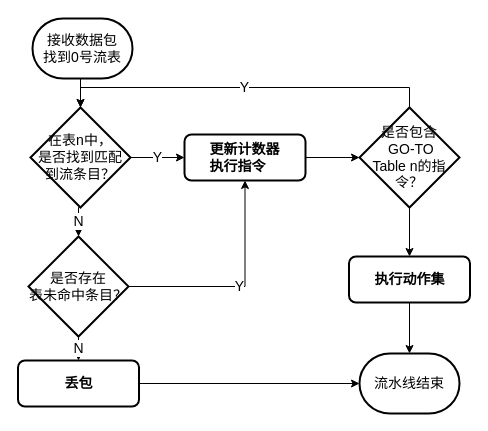
waterwatermelon/graph keeps this draw.io diagram as page "matching" (3 of 3) of SDN.drawio. Above is the earlier version. Source tidied: cells renumbered, new cells numbered last; positions are measured from the earlier drawing's top-left corner, leaving out a move shared by most shapes. Both pictures are drawn from the tidied source at 100%, with x=0, y=0 at pixel (17, 18).
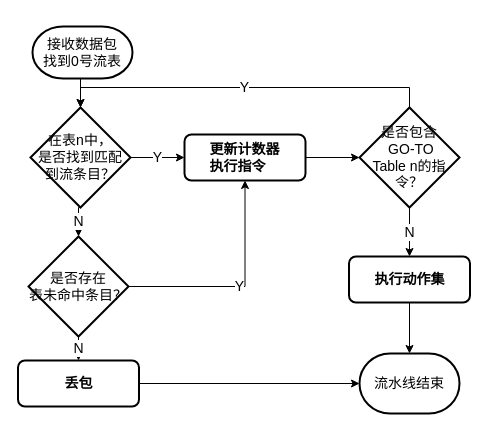
After the change.

Change to the diagram source:
```diff
@@
 <mxGraphModel>
   <root>
     <mxCell id="0" />
     <mxCell id="1" parent="0" />
     <mxCell id="2" value="Y" style="edgeStyle=orthogonalEdgeStyle;rounded=0;jettySize=auto;html=1;exitX=1;exitY=0.5;exitDx=0;exitDy=0;exitPerimeter=0;entryX=0;entryY=0.5;entryDx=0;entryDy=0;fontSize=14;" parent="1" edge="1" source="4" target="8">
       <mxGeometry relative="1" as="geometry" />
     </mxCell>
     <mxCell id="3" value="N" style="edgeStyle=orthogonalEdgeStyle;rounded=0;jettySize=auto;html=1;exitX=0.5;exitY=1;exitDx=0;exitDy=0;exitPerimeter=0;entryX=0.5;entryY=0;entryDx=0;entryDy=0;entryPerimeter=0;fontSize=14;" parent="1" edge="1" source="4" target="16">
       <mxGeometry relative="1" as="geometry" />
     </mxCell>
     <mxCell id="4" value="在表n中，&lt;br style=&quot;font-size: 14px;&quot;&gt;是否找到匹配&lt;br style=&quot;font-size: 14px;&quot;&gt;到流条目？" style="strokeWidth=2;html=1;shape=mxgraph.flowchart.decision;whiteSpace=wrap;fontSize=14;" parent="1" vertex="1">
       <mxGeometry x="13" y="89" width="100" height="100" as="geometry" />
     </mxCell>
     <mxCell id="5" style="edgeStyle=orthogonalEdgeStyle;rounded=0;jettySize=auto;html=1;exitX=0.5;exitY=1;exitDx=0;exitDy=0;exitPerimeter=0;entryX=0.5;entryY=0;entryDx=0;entryDy=0;entryPerimeter=0;fontSize=14;" parent="1" edge="1" source="6" target="4">
       <mxGeometry relative="1" as="geometry" />
     </mxCell>
     <mxCell id="6" value="接收数据包&lt;br style=&quot;font-size: 14px;&quot;&gt;找到0号流表" style="strokeWidth=2;html=1;shape=mxgraph.flowchart.terminator;whiteSpace=wrap;fontSize=14;" parent="1" vertex="1">
-      <mxGeometry x="15" width="100" height="60" as="geometry" />
+      <mxGeometry x="15" y="8" width="100" height="52" as="geometry" />
     </mxCell>
     <mxCell id="7" style="edgeStyle=orthogonalEdgeStyle;rounded=0;jettySize=auto;html=1;exitX=1;exitY=0.5;exitDx=0;exitDy=0;entryX=0;entryY=0.5;entryDx=0;entryDy=0;entryPerimeter=0;fontSize=14;" parent="1" edge="1" source="8" target="11">
       <mxGeometry relative="1" as="geometry" />
     </mxCell>
     <mxCell id="8" value="&lt;div style=&quot;text-align: left; font-size: 14px;&quot;&gt;&lt;div style=&quot;font-size: 14px;&quot;&gt;&lt;b style=&quot;font-size: 14px;&quot;&gt;更新计数器&lt;/b&gt;&lt;/div&gt;&lt;b style=&quot;font-size: 14px;&quot;&gt;执行指令&lt;/b&gt;&lt;/div&gt;" style="rounded=1;whiteSpace=wrap;html=1;absoluteArcSize=1;arcSize=14;strokeWidth=2;fontSize=14;" parent="1" vertex="1">
       <mxGeometry x="167" y="116" width="121" height="46" as="geometry" />
     </mxCell>
     <mxCell id="9" value="Y" style="edgeStyle=orthogonalEdgeStyle;rounded=0;jettySize=auto;html=1;exitX=0.5;exitY=0;exitDx=0;exitDy=0;exitPerimeter=0;entryX=0.5;entryY=0;entryDx=0;entryDy=0;entryPerimeter=0;fontSize=14;" parent="1" edge="1" source="11" target="4">
       <mxGeometry relative="1" as="geometry" />
     </mxCell>
-    <mxCell id="10" style="edgeStyle=orthogonalEdgeStyle;rounded=0;jettySize=auto;html=1;exitX=0.5;exitY=1;exitDx=0;exitDy=0;exitPerimeter=0;entryX=0.5;entryY=0;entryDx=0;entryDy=0;fontSize=14;" parent="1" edge="1" source="11" target="13">
+    <mxCell id="10" value="N" style="edgeStyle=orthogonalEdgeStyle;rounded=0;jettySize=auto;html=1;exitX=0.5;exitY=1;exitDx=0;exitDy=0;exitPerimeter=0;entryX=0.5;entryY=0;entryDx=0;entryDy=0;fontSize=14;" parent="1" edge="1" source="11" target="13">
       <mxGeometry relative="1" as="geometry" />
     </mxCell>
     <mxCell id="11" value="是否包含&lt;br&gt;&amp;nbsp;GO-TO&lt;br style=&quot;font-size: 14px&quot;&gt;Table n的指令？" style="strokeWidth=2;html=1;shape=mxgraph.flowchart.decision;whiteSpace=wrap;fontSize=14;" parent="1" vertex="1">
       <mxGeometry x="342" y="89" width="100" height="100" as="geometry" />
     </mxCell>
     <mxCell id="12" style="edgeStyle=orthogonalEdgeStyle;rounded=0;jettySize=auto;html=1;exitX=0.5;exitY=1;exitDx=0;exitDy=0;entryX=0.5;entryY=0;entryDx=0;entryDy=0;entryPerimeter=0;fontSize=14;" parent="1" edge="1" source="13" target="19">
       <mxGeometry relative="1" as="geometry" />
     </mxCell>
     <mxCell id="13" value="&lt;div style=&quot;text-align: left; font-size: 14px;&quot;&gt;&lt;div style=&quot;font-size: 14px;&quot;&gt;&lt;b style=&quot;font-size: 14px;&quot;&gt;执行动作集&lt;/b&gt;&lt;br style=&quot;font-size: 14px;&quot;&gt;&lt;/div&gt;&lt;/div&gt;" style="rounded=1;whiteSpace=wrap;html=1;absoluteArcSize=1;arcSize=14;strokeWidth=2;fontSize=14;" parent="1" vertex="1">
       <mxGeometry x="331.5" y="238" width="121" height="46" as="geometry" />
     </mxCell>
     <mxCell id="14" value="Y" style="edgeStyle=orthogonalEdgeStyle;rounded=0;jettySize=auto;html=1;exitX=1;exitY=0.5;exitDx=0;exitDy=0;exitPerimeter=0;entryX=0.5;entryY=1;entryDx=0;entryDy=0;fontSize=14;" parent="1" edge="1" source="16" target="8">
       <mxGeometry relative="1" as="geometry" />
     </mxCell>
     <mxCell id="15" value="N" style="edgeStyle=orthogonalEdgeStyle;rounded=0;jettySize=auto;html=1;exitX=0.5;exitY=1;exitDx=0;exitDy=0;exitPerimeter=0;entryX=0.5;entryY=0;entryDx=0;entryDy=0;fontSize=14;" parent="1" edge="1" source="16" target="18">
       <mxGeometry relative="1" as="geometry" />
     </mxCell>
     <mxCell id="16" value="是否存在&lt;br style=&quot;font-size: 14px;&quot;&gt;表未命中条目？" style="strokeWidth=2;html=1;shape=mxgraph.flowchart.decision;whiteSpace=wrap;fontSize=14;" parent="1" vertex="1">
       <mxGeometry x="11" y="218" width="100" height="100" as="geometry" />
     </mxCell>
     <mxCell id="17" style="edgeStyle=orthogonalEdgeStyle;rounded=0;jettySize=auto;html=1;exitX=1;exitY=0.5;exitDx=0;exitDy=0;fontSize=14;" parent="1" edge="1" source="18" target="19">
       <mxGeometry relative="1" as="geometry" />
     </mxCell>
     <mxCell id="18" value="&lt;div style=&quot;text-align: left; font-size: 14px;&quot;&gt;&lt;div style=&quot;font-size: 14px;&quot;&gt;&lt;b style=&quot;font-size: 14px;&quot;&gt;丢包&lt;/b&gt;&lt;br style=&quot;font-size: 14px;&quot;&gt;&lt;/div&gt;&lt;/div&gt;" style="rounded=1;whiteSpace=wrap;html=1;absoluteArcSize=1;arcSize=14;strokeWidth=2;fontSize=14;" parent="1" vertex="1">
       <mxGeometry x="0.5" y="342" width="121" height="46" as="geometry" />
     </mxCell>
     <mxCell id="19" value="流水线结束" style="strokeWidth=2;html=1;shape=mxgraph.flowchart.terminator;whiteSpace=wrap;fontSize=14;" parent="1" vertex="1">
       <mxGeometry x="342" y="335" width="100" height="60" as="geometry" />
     </mxCell>
   </root>
 </mxGraphModel>
```
